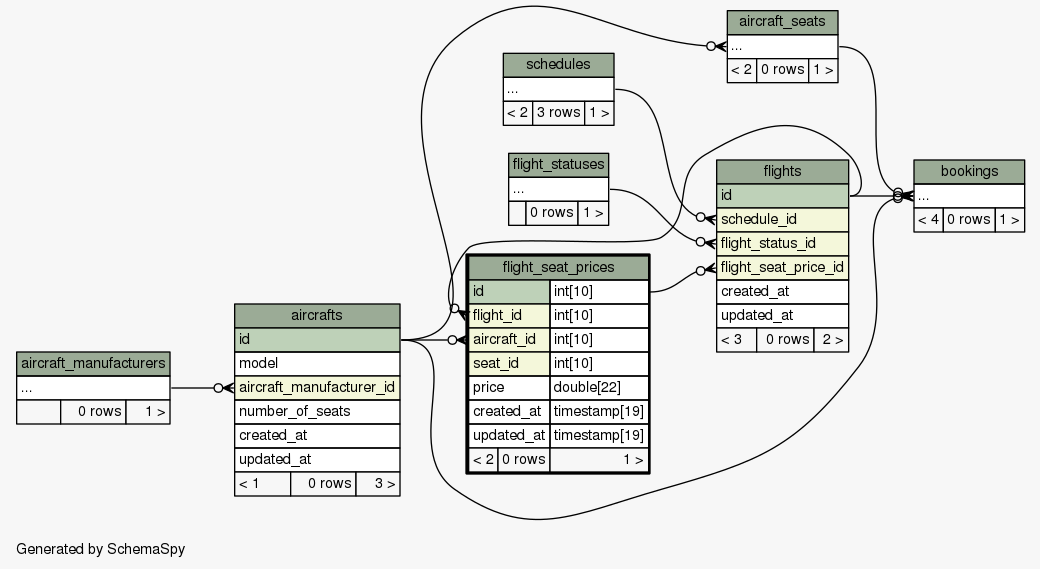
Above: web/app/database/schema/diagrams/flight_seat_prices.2degrees.png in joaonzangoII/flightbookingsystem (Graphviz), before the change. Its source is kept beside it as web/app/database/schema/diagrams/flight_seat_prices.1degree.dot.
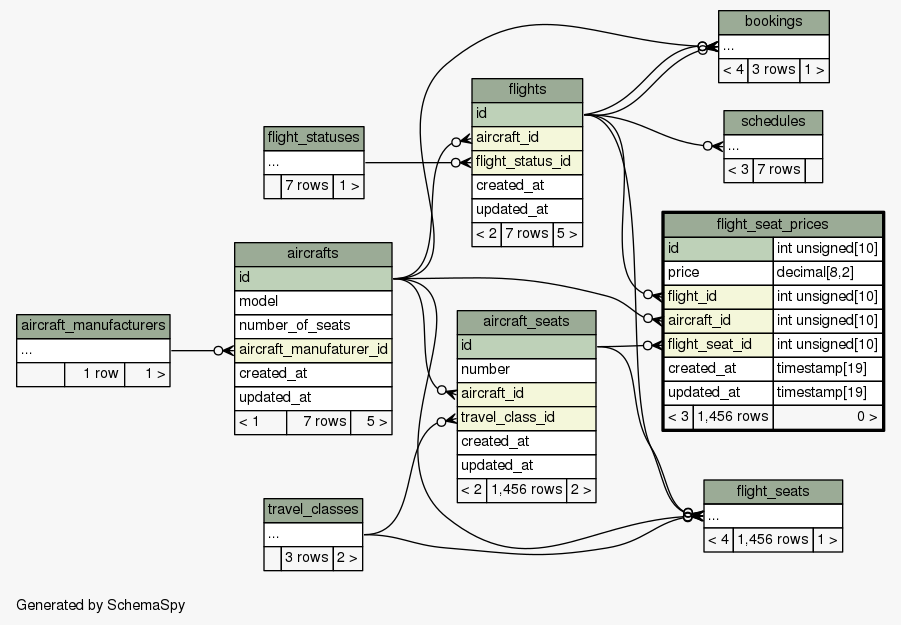
Later version of the same file.

The edit, as a diff of the source:
```diff
@@ -17,20 +17,37 @@
   edge [
     arrowsize="0.8"
   ];
+  "aircraft_seats":"aircraft_id":w -> "aircrafts":"id":e [arrowhead=none dir=back arrowtail=crowodot];
   "flight_seat_prices":"aircraft_id":w -> "aircrafts":"id":e [arrowhead=none dir=back arrowtail=crowodot];
   "flight_seat_prices":"flight_id":w -> "flights":"id":e [arrowhead=none dir=back arrowtail=crowodot];
-  "flights":"flight_seat_price_id":w -> "flight_seat_prices":"id.type":e [arrowhead=none dir=back arrowtail=crowodot];
+  "flight_seat_prices":"flight_seat_id":w -> "aircraft_seats":"id":e [arrowhead=none dir=back arrowtail=crowodot];
+  "flights":"aircraft_id":w -> "aircrafts":"id":e [arrowhead=none dir=back arrowtail=crowodot];
+  "aircraft_seats" [
+    label=<
+    <TABLE BORDER="0" CELLBORDER="1" CELLSPACING="0" BGCOLOR="#ffffff">
+      <TR><TD COLSPAN="3" BGCOLOR="#9bab96" ALIGN="CENTER">aircraft_seats</TD></TR>
+      <TR><TD PORT="id" COLSPAN="3" BGCOLOR="#bed1b8" ALIGN="LEFT">id</TD></TR>
+      <TR><TD PORT="number" COLSPAN="3" ALIGN="LEFT">number</TD></TR>
+      <TR><TD PORT="aircraft_id" COLSPAN="3" BGCOLOR="#f4f7da" ALIGN="LEFT">aircraft_id</TD></TR>
+      <TR><TD PORT="travel_class_id" COLSPAN="3" BGCOLOR="#f4f7da" ALIGN="LEFT">travel_class_id</TD></TR>
+      <TR><TD PORT="created_at" COLSPAN="3" ALIGN="LEFT">created_at</TD></TR>
+      <TR><TD PORT="updated_at" COLSPAN="3" ALIGN="LEFT">updated_at</TD></TR>
+      <TR><TD ALIGN="LEFT" BGCOLOR="#f7f7f7">&lt; 2</TD><TD ALIGN="RIGHT" BGCOLOR="#f7f7f7">1,456 rows</TD><TD ALIGN="RIGHT" BGCOLOR="#f7f7f7">2 &gt;</TD></TR>
+    </TABLE>>
+    URL="aircraft_seats.html"
+    tooltip="aircraft_seats"
+  ];
   "aircrafts" [
     label=<
     <TABLE BORDER="0" CELLBORDER="1" CELLSPACING="0" BGCOLOR="#ffffff">
       <TR><TD COLSPAN="3" BGCOLOR="#9bab96" ALIGN="CENTER">aircrafts</TD></TR>
       <TR><TD PORT="id" COLSPAN="3" BGCOLOR="#bed1b8" ALIGN="LEFT">id</TD></TR>
       <TR><TD PORT="model" COLSPAN="3" ALIGN="LEFT">model</TD></TR>
-      <TR><TD PORT="aircraft_manufacturer_id" COLSPAN="3" BGCOLOR="#f4f7da" ALIGN="LEFT">aircraft_manufacturer_id</TD></TR>
       <TR><TD PORT="number_of_seats" COLSPAN="3" ALIGN="LEFT">number_of_seats</TD></TR>
+      <TR><TD PORT="aircraft_manufaturer_id" COLSPAN="3" BGCOLOR="#f4f7da" ALIGN="LEFT">aircraft_manufaturer_id</TD></TR>
       <TR><TD PORT="created_at" COLSPAN="3" ALIGN="LEFT">created_at</TD></TR>
       <TR><TD PORT="updated_at" COLSPAN="3" ALIGN="LEFT">updated_at</TD></TR>
-      <TR><TD ALIGN="LEFT" BGCOLOR="#f7f7f7">&lt; 1</TD><TD ALIGN="RIGHT" BGCOLOR="#f7f7f7">0 rows</TD><TD ALIGN="RIGHT" BGCOLOR="#f7f7f7">3 &gt;</TD></TR>
+      <TR><TD ALIGN="LEFT" BGCOLOR="#f7f7f7">&lt; 1</TD><TD ALIGN="RIGHT" BGCOLOR="#f7f7f7">7 rows</TD><TD ALIGN="RIGHT" BGCOLOR="#f7f7f7">5 &gt;</TD></TR>
     </TABLE>>
     URL="aircrafts.html"
     tooltip="aircrafts"
@@ -39,14 +56,14 @@
     label=<
     <TABLE BORDER="2" CELLBORDER="1" CELLSPACING="0" BGCOLOR="#ffffff">
       <TR><TD COLSPAN="3" BGCOLOR="#9bab96" ALIGN="CENTER">flight_seat_prices</TD></TR>
-      <TR><TD PORT="id" COLSPAN="2" BGCOLOR="#bed1b8" ALIGN="LEFT">id</TD><TD PORT="id.type" ALIGN="LEFT">int[10]</TD></TR>
-      <TR><TD PORT="flight_id" COLSPAN="2" BGCOLOR="#f4f7da" ALIGN="LEFT">flight_id</TD><TD PORT="flight_id.type" ALIGN="LEFT">int[10]</TD></TR>
-      <TR><TD PORT="aircraft_id" COLSPAN="2" BGCOLOR="#f4f7da" ALIGN="LEFT">aircraft_id</TD><TD PORT="aircraft_id.type" ALIGN="LEFT">int[10]</TD></TR>
-      <TR><TD PORT="seat_id" COLSPAN="2" BGCOLOR="#f4f7da" ALIGN="LEFT">seat_id</TD><TD PORT="seat_id.type" ALIGN="LEFT">int[10]</TD></TR>
-      <TR><TD PORT="price" COLSPAN="2" ALIGN="LEFT">price</TD><TD PORT="price.type" ALIGN="LEFT">double[22]</TD></TR>
+      <TR><TD PORT="id" COLSPAN="2" BGCOLOR="#bed1b8" ALIGN="LEFT">id</TD><TD PORT="id.type" ALIGN="LEFT">int unsigned[10]</TD></TR>
+      <TR><TD PORT="price" COLSPAN="2" ALIGN="LEFT">price</TD><TD PORT="price.type" ALIGN="LEFT">decimal[8,2]</TD></TR>
+      <TR><TD PORT="flight_id" COLSPAN="2" BGCOLOR="#f4f7da" ALIGN="LEFT">flight_id</TD><TD PORT="flight_id.type" ALIGN="LEFT">int unsigned[10]</TD></TR>
+      <TR><TD PORT="aircraft_id" COLSPAN="2" BGCOLOR="#f4f7da" ALIGN="LEFT">aircraft_id</TD><TD PORT="aircraft_id.type" ALIGN="LEFT">int unsigned[10]</TD></TR>
+      <TR><TD PORT="flight_seat_id" COLSPAN="2" BGCOLOR="#f4f7da" ALIGN="LEFT">flight_seat_id</TD><TD PORT="flight_seat_id.type" ALIGN="LEFT">int unsigned[10]</TD></TR>
       <TR><TD PORT="created_at" COLSPAN="2" ALIGN="LEFT">created_at</TD><TD PORT="created_at.type" ALIGN="LEFT">timestamp[19]</TD></TR>
       <TR><TD PORT="updated_at" COLSPAN="2" ALIGN="LEFT">updated_at</TD><TD PORT="updated_at.type" ALIGN="LEFT">timestamp[19]</TD></TR>
-      <TR><TD ALIGN="LEFT" BGCOLOR="#f7f7f7">&lt; 2</TD><TD ALIGN="RIGHT" BGCOLOR="#f7f7f7">0 rows</TD><TD ALIGN="RIGHT" BGCOLOR="#f7f7f7">1 &gt;</TD></TR>
+      <TR><TD ALIGN="LEFT" BGCOLOR="#f7f7f7">&lt; 3</TD><TD ALIGN="RIGHT" BGCOLOR="#f7f7f7">1,456 rows</TD><TD ALIGN="RIGHT" BGCOLOR="#f7f7f7">0 &gt;</TD></TR>
     </TABLE>>
     URL="flight_seat_prices.html"
     tooltip="flight_seat_prices"
@@ -56,12 +73,11 @@
     <TABLE BORDER="0" CELLBORDER="1" CELLSPACING="0" BGCOLOR="#ffffff">
       <TR><TD COLSPAN="3" BGCOLOR="#9bab96" ALIGN="CENTER">flights</TD></TR>
       <TR><TD PORT="id" COLSPAN="3" BGCOLOR="#bed1b8" ALIGN="LEFT">id</TD></TR>
-      <TR><TD PORT="schedule_id" COLSPAN="3" BGCOLOR="#f4f7da" ALIGN="LEFT">schedule_id</TD></TR>
+      <TR><TD PORT="aircraft_id" COLSPAN="3" BGCOLOR="#f4f7da" ALIGN="LEFT">aircraft_id</TD></TR>
       <TR><TD PORT="flight_status_id" COLSPAN="3" BGCOLOR="#f4f7da" ALIGN="LEFT">flight_status_id</TD></TR>
-      <TR><TD PORT="flight_seat_price_id" COLSPAN="3" BGCOLOR="#f4f7da" ALIGN="LEFT">flight_seat_price_id</TD></TR>
       <TR><TD PORT="created_at" COLSPAN="3" ALIGN="LEFT">created_at</TD></TR>
       <TR><TD PORT="updated_at" COLSPAN="3" ALIGN="LEFT">updated_at</TD></TR>
-      <TR><TD ALIGN="LEFT" BGCOLOR="#f7f7f7">&lt; 3</TD><TD ALIGN="RIGHT" BGCOLOR="#f7f7f7">0 rows</TD><TD ALIGN="RIGHT" BGCOLOR="#f7f7f7">2 &gt;</TD></TR>
+      <TR><TD ALIGN="LEFT" BGCOLOR="#f7f7f7">&lt; 2</TD><TD ALIGN="RIGHT" BGCOLOR="#f7f7f7">7 rows</TD><TD ALIGN="RIGHT" BGCOLOR="#f7f7f7">5 &gt;</TD></TR>
     </TABLE>>
     URL="flights.html"
     tooltip="flights"
```
